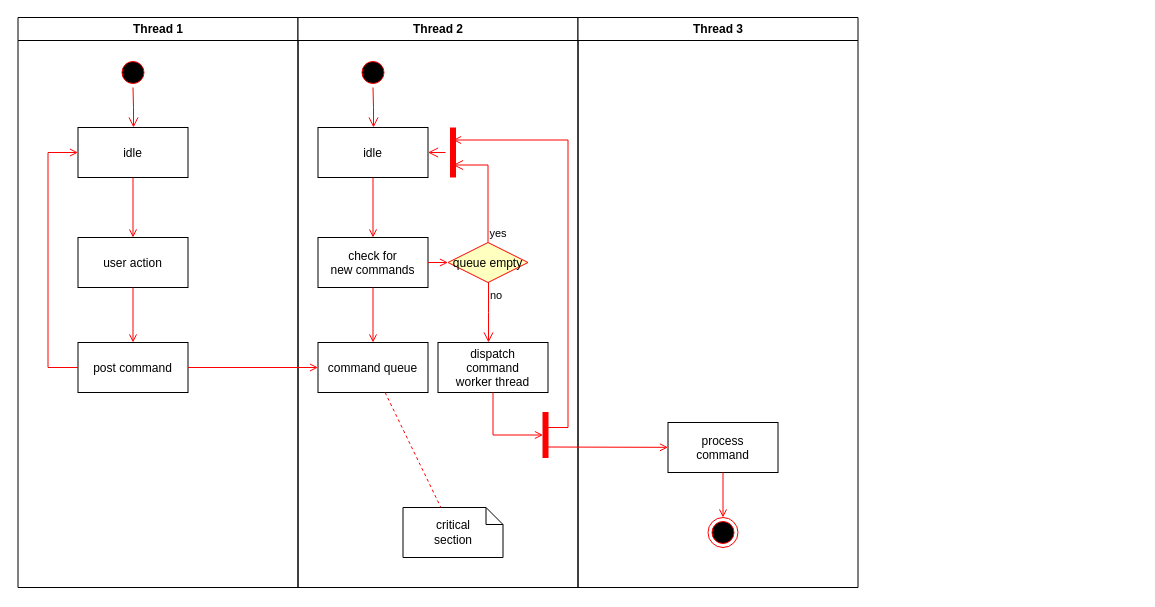
Earlier version of the draw.io diagram Images/Untitled Diagram.drawio (Josemyr1993/JavaProject). Source tidied: cells renumbered, new cells numbered last; positions are measured from the earlier drawing's top-left corner, leaving out a move shared by most shapes. Both pictures are drawn from the tidied source at 100%, with x=0, y=0 at pixel (17, 17).
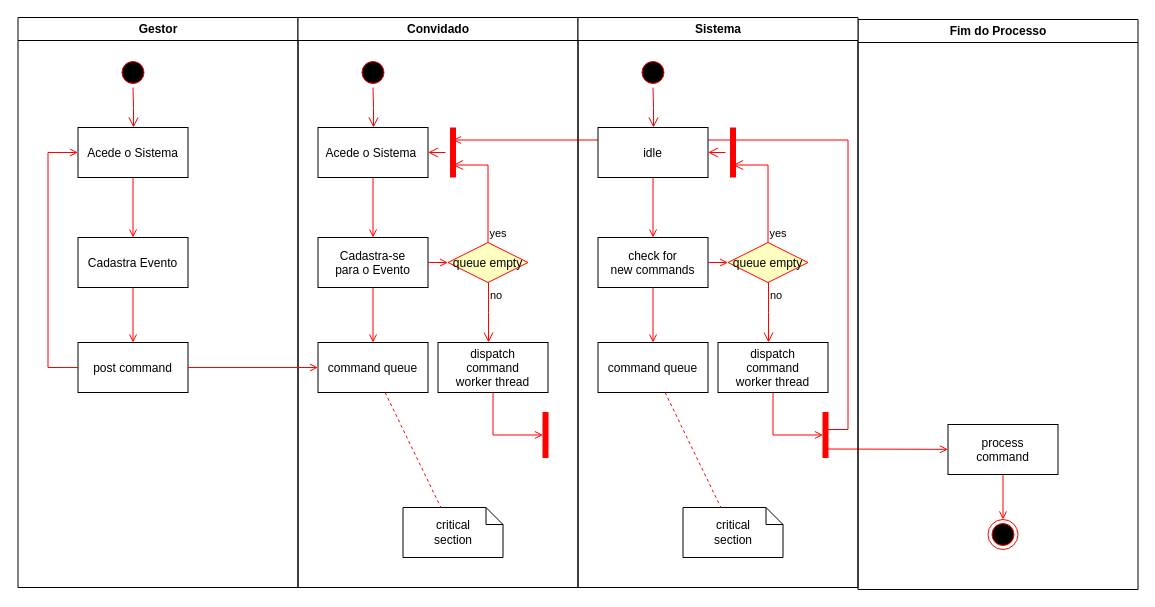
The same diagram, later.

What changed in the source:
```diff
@@
-    <mxCell id="2" value="Thread 1" style="swimlane;whiteSpace=wrap;" parent="1" vertex="1">
+    <mxCell id="2" value="Gestor" style="swimlane;whiteSpace=wrap;" parent="1" vertex="1">
       <mxGeometry x="0.5" width="280" height="570" as="geometry" />
     </mxCell>
@@
-    <mxCell id="5" value="idle" parent="2" vertex="1">
+    <mxCell id="5" value="Acede o Sistema" parent="2" vertex="1">
       <mxGeometry x="60" y="110" width="110" height="50" as="geometry" />
     </mxCell>
-    <mxCell id="6" value="user action" parent="2" vertex="1">
+    <mxCell id="6" value="Cadastra Evento" parent="2" vertex="1">
       <mxGeometry x="60" y="220" width="110" height="50" as="geometry" />
     </mxCell>
@@
-    <mxCell id="11" value="Thread 2" style="swimlane;whiteSpace=wrap;" parent="1" vertex="1">
+    <mxCell id="11" value="Convidado" style="swimlane;whiteSpace=wrap;" parent="1" vertex="1">
       <mxGeometry x="280.5" width="280" height="570" as="geometry" />
     </mxCell>
@@
-    <mxCell id="14" value="idle" parent="11" vertex="1">
+    <mxCell id="14" value="Acede o Sistema " parent="11" vertex="1">
       <mxGeometry x="20" y="110" width="110" height="50" as="geometry" />
     </mxCell>
-    <mxCell id="15" value="check for &#10;new commands" parent="11" vertex="1">
+    <mxCell id="15" value="Cadastra-se &#10;para o Evento" parent="11" vertex="1">
       <mxGeometry x="20" y="220" width="110" height="50" as="geometry" />
     </mxCell>
@@
-    <mxCell id="30" value="Thread 3" style="swimlane;whiteSpace=wrap;" parent="1" vertex="1">
-      <mxGeometry x="560.5" width="280" height="570" as="geometry" />
+    <mxCell id="30" value="Fim do Processo" style="swimlane;whiteSpace=wrap;" parent="1" vertex="1">
+      <mxGeometry x="840.5" y="2" width="280" height="570" as="geometry" />
     </mxCell>
@@
+    <mxCell id="37" value="Sistema" style="swimlane;whiteSpace=wrap;" parent="1" vertex="1">
+      <mxGeometry x="560.5" width="280" height="570" as="geometry" />
+    </mxCell>
+    <mxCell id="38" style="ellipse;shape=startState;fillColor=#000000;strokeColor=#ff0000;" parent="37" vertex="1">
+      <mxGeometry x="60" y="40" width="30" height="30" as="geometry" />
+    </mxCell>
+    <mxCell id="39" style="edgeStyle=elbowEdgeStyle;elbow=horizontal;verticalAlign=bottom;endArrow=open;endSize=8;strokeColor=#FF0000;endFill=1;rounded=0;" parent="37" edge="1" source="38" target="40">
+      <mxGeometry x="40" y="20" as="geometry" />
+    </mxCell>
+    <mxCell id="40" value="idle" parent="37" vertex="1">
+      <mxGeometry x="20" y="110" width="110" height="50" as="geometry" />
+    </mxCell>
+    <mxCell id="41" value="check for &#10;new commands" parent="37" vertex="1">
+      <mxGeometry x="20" y="220" width="110" height="50" as="geometry" />
+    </mxCell>
+    <mxCell id="42" style="endArrow=open;strokeColor=#FF0000;endFill=1;rounded=0;" parent="37" edge="1" source="40" target="41">
+      <mxGeometry relative="1" as="geometry" />
+    </mxCell>
+    <mxCell id="43" value="command queue" parent="37" vertex="1">
+      <mxGeometry x="20" y="325" width="110" height="50" as="geometry" />
+    </mxCell>
+    <mxCell id="44" style="endArrow=open;strokeColor=#FF0000;endFill=1;rounded=0;" parent="37" edge="1" source="41" target="43">
+      <mxGeometry relative="1" as="geometry" />
+    </mxCell>
+    <mxCell id="45" value="queue empty" style="rhombus;fillColor=#ffffc0;strokeColor=#ff0000;" parent="37" vertex="1">
+      <mxGeometry x="150" y="225" width="80" height="40" as="geometry" />
+    </mxCell>
+    <mxCell id="46" value="yes" style="edgeStyle=elbowEdgeStyle;elbow=horizontal;align=left;verticalAlign=bottom;endArrow=open;endSize=8;strokeColor=#FF0000;exitX=0.5;exitY=0;endFill=1;rounded=0;entryX=0.75;entryY=0.5;entryPerimeter=0;" parent="37" edge="1" source="45" target="49">
+      <mxGeometry x="-1" relative="1" as="geometry">
+        <Array as="points">
+          <mxPoint x="190" y="180" />
+        </Array>
+      </mxGeometry>
+    </mxCell>
+    <mxCell id="47" value="no" style="edgeStyle=elbowEdgeStyle;elbow=horizontal;align=left;verticalAlign=top;endArrow=open;endSize=8;strokeColor=#FF0000;endFill=1;rounded=0;" parent="37" edge="1" source="45" target="51">
+      <mxGeometry x="-1" relative="1" as="geometry" />
+    </mxCell>
+    <mxCell id="48" style="endArrow=open;strokeColor=#FF0000;endFill=1;rounded=0;" parent="37" edge="1" source="41" target="45">
+      <mxGeometry relative="1" as="geometry" />
+    </mxCell>
+    <mxCell id="49" style="shape=line;strokeWidth=6;strokeColor=#ff0000;rotation=90;" parent="37" vertex="1">
+      <mxGeometry x="130" y="127.5" width="50" height="15" as="geometry" />
+    </mxCell>
+    <mxCell id="50" style="edgeStyle=elbowEdgeStyle;elbow=horizontal;verticalAlign=bottom;endArrow=open;endSize=8;strokeColor=#FF0000;endFill=1;rounded=0;" parent="37" edge="1" source="49" target="40">
+      <mxGeometry x="130" y="90" as="geometry" />
+    </mxCell>
+    <mxCell id="51" value="dispatch&#10;command&#10;worker thread" parent="37" vertex="1">
+      <mxGeometry x="140" y="325" width="110" height="50" as="geometry" />
+    </mxCell>
+    <mxCell id="52" value="critical&#10;section" style="shape=note;whiteSpace=wrap;size=17;" parent="37" vertex="1">
+      <mxGeometry x="105" y="490" width="100" height="50" as="geometry" />
+    </mxCell>
+    <mxCell id="53" style="endArrow=none;strokeColor=#FF0000;endFill=0;rounded=0;dashed=1;" parent="37" edge="1" source="43" target="52">
+      <mxGeometry relative="1" as="geometry" />
+    </mxCell>
+    <mxCell id="54" style="whiteSpace=wrap;strokeColor=#FF0000;fillColor=#FF0000;" parent="37" vertex="1">
+      <mxGeometry x="245" y="395" width="5" height="45" as="geometry" />
+    </mxCell>
+    <mxCell id="55" style="edgeStyle=elbowEdgeStyle;elbow=horizontal;entryX=0;entryY=0.5;strokeColor=#FF0000;endArrow=open;endFill=1;rounded=0;" parent="37" edge="1" source="51" target="54">
+      <mxGeometry relative="1" as="geometry">
+        <Array as="points">
+          <mxPoint x="195" y="400" />
+        </Array>
+      </mxGeometry>
+    </mxCell>
```
